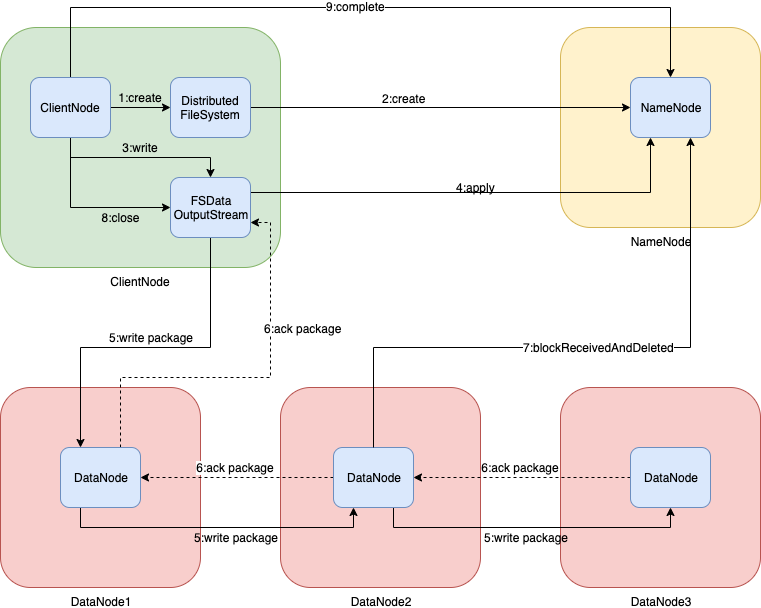
Above: src/bigdata/hadoop/hdfs/HDFS核心功能原理.assets/hdfs_write_overview.png in sciatta/develop-stack (draw.io), before the change. Source tidied: cells renumbered, new cells last; positions are measured from the earlier drawing's top-left corner, leaving out a move shared by most shapes.
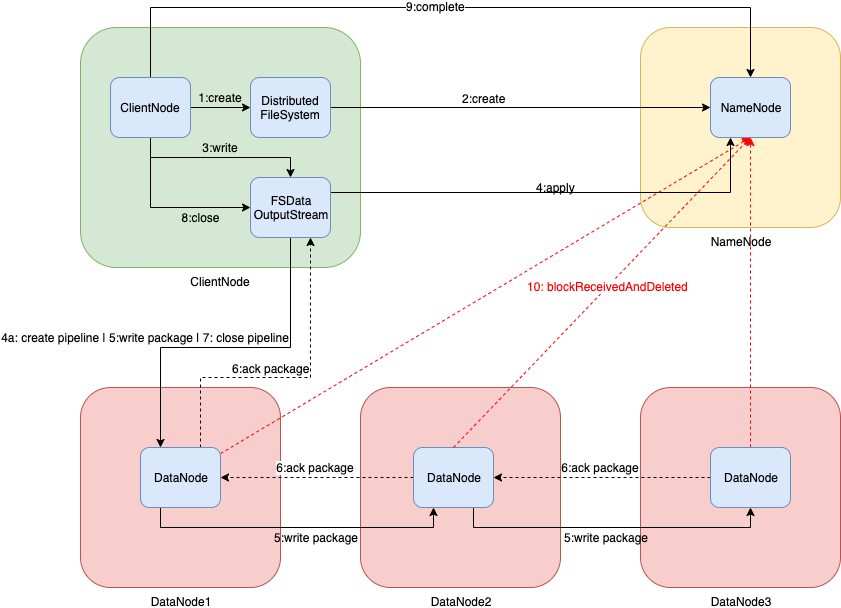
The same file after the commit.

Commit message:
优化hdfs写入流程

The edit, as a diff of the source:
```diff
@@ -86,20 +86,22 @@
         </Array>
       </mxGeometry>
     </mxCell>
-    <mxCell id="20" style="edgeStyle=orthogonalEdgeStyle;rounded=0;jettySize=auto;html=1;exitX=0.75;exitY=0;exitDx=0;exitDy=0;entryX=1;entryY=0.75;entryDx=0;entryDy=0;dashed=1;" parent="1" edge="1" source="22" target="18">
+    <mxCell id="20" style="edgeStyle=orthogonalEdgeStyle;rounded=0;jettySize=auto;html=1;exitX=0.75;exitY=0;exitDx=0;exitDy=0;dashed=1;" parent="1" edge="1" source="22" target="18">
       <mxGeometry relative="1" as="geometry">
         <Array as="points">
           <mxPoint x="120" y="370" />
-          <mxPoint x="270" y="370" />
-          <mxPoint x="270" y="215" />
+          <mxPoint x="230" y="370" />
         </Array>
       </mxGeometry>
     </mxCell>
     <mxCell id="21" value="6:ack package" style="text;html=1;align=center;verticalAlign=middle;labelBackgroundColor=#ffffff;" parent="20" vertex="1">
       <mxGeometry x="0.02" y="3" relative="1" as="geometry">
-        <mxPoint x="50" y="-47" as="offset" />
+        <mxPoint x="-24" y="-7" as="offset" />
       </mxGeometry>
     </mxCell>
+    <mxCell id="40" style="edgeStyle=none;rounded=0;jettySize=auto;html=1;dashed=1;strokeColor=#FF0000;fontColor=#FF0000;entryX=0.5;entryY=1;entryDx=0;entryDy=0;" parent="1" edge="1" source="22" target="23">
+      <mxGeometry relative="1" as="geometry" />
+    </mxCell>
     <mxCell id="22" value="DataNode" style="rounded=1;whiteSpace=wrap;html=1;fillColor=#dae8fc;strokeColor=#6c8ebf;" parent="1" vertex="1">
       <mxGeometry x="60" y="440" width="80" height="60" as="geometry" />
     </mxCell>
@@ -123,6 +125,9 @@
     <mxCell id="27" style="edgeStyle=orthogonalEdgeStyle;rounded=0;jettySize=auto;html=1;dashed=1;entryX=1;entryY=0.5;entryDx=0;entryDy=0;" parent="1" edge="1" source="28" target="26">
       <mxGeometry relative="1" as="geometry" />
     </mxCell>
+    <mxCell id="41" style="edgeStyle=none;rounded=0;jettySize=auto;html=1;dashed=1;strokeColor=#FF0000;fontColor=#FF0000;" parent="1" edge="1" source="28" target="23">
+      <mxGeometry relative="1" as="geometry" />
+    </mxCell>
     <mxCell id="28" value="DataNode" style="rounded=1;whiteSpace=wrap;html=1;fillColor=#dae8fc;strokeColor=#6c8ebf;" parent="1" vertex="1">
       <mxGeometry x="630" y="440" width="80" height="60" as="geometry" />
     </mxCell>
@@ -132,8 +137,8 @@
     <mxCell id="30" value="3:write" style="text;html=1;strokeColor=none;fillColor=none;align=center;verticalAlign=middle;whiteSpace=wrap;rounded=0;" parent="1" vertex="1">
       <mxGeometry x="120" y="130" width="40" height="20" as="geometry" />
     </mxCell>
-    <mxCell id="31" value="5:write package" style="text;html=1;strokeColor=none;fillColor=none;align=center;verticalAlign=middle;whiteSpace=wrap;rounded=0;" parent="1" vertex="1">
-      <mxGeometry x="100" y="320" width="100" height="20" as="geometry" />
+    <mxCell id="31" value="4a: create pipeline | 5:write package | 7: close pipeline" style="text;html=1;strokeColor=none;fillColor=none;align=center;verticalAlign=middle;whiteSpace=wrap;rounded=0;" parent="1" vertex="1">
+      <mxGeometry x="-80" y="320" width="290" height="20" as="geometry" />
     </mxCell>
     <mxCell id="32" value="8:close" style="text;html=1;strokeColor=none;fillColor=none;align=center;verticalAlign=middle;whiteSpace=wrap;rounded=0;" parent="1" vertex="1">
       <mxGeometry x="100" y="200" width="40" height="20" as="geometry" />
@@ -153,15 +158,10 @@
     <mxCell id="37" value="4:apply" style="text;html=1;align=center;verticalAlign=middle;" parent="1" vertex="1">
       <mxGeometry x="450" y="170" width="50" height="20" as="geometry" />
     </mxCell>
-    <mxCell id="38" style="edgeStyle=orthogonalEdgeStyle;rounded=0;jettySize=auto;html=1;entryX=0.75;entryY=1;entryDx=0;entryDy=0;exitX=0.5;exitY=0;exitDx=0;exitDy=0;" parent="1" edge="1" source="26" target="23">
-      <mxGeometry relative="1" as="geometry">
-        <Array as="points">
-          <mxPoint x="373" y="340" />
-          <mxPoint x="690" y="340" />
-        </Array>
-      </mxGeometry>
+    <mxCell id="38" style="rounded=0;jettySize=auto;html=1;entryX=0.5;entryY=1;entryDx=0;entryDy=0;exitX=0.5;exitY=0;exitDx=0;exitDy=0;strokeColor=#FF0000;dashed=1;" parent="1" edge="1" source="26" target="23">
+      <mxGeometry relative="1" as="geometry" />
     </mxCell>
-    <mxCell id="39" value="7:blockReceivedAndDeleted" style="text;html=1;align=center;verticalAlign=middle;labelBackgroundColor=#ffffff;" parent="38" vertex="1">
+    <mxCell id="39" value="10: blockReceivedAndDeleted" style="text;html=1;align=center;verticalAlign=middle;labelBackgroundColor=#ffffff;fontColor=#FF0000;" parent="38" vertex="1">
       <mxGeometry x="0.04" y="1" relative="1" as="geometry" />
     </mxCell>
   </root>
```
